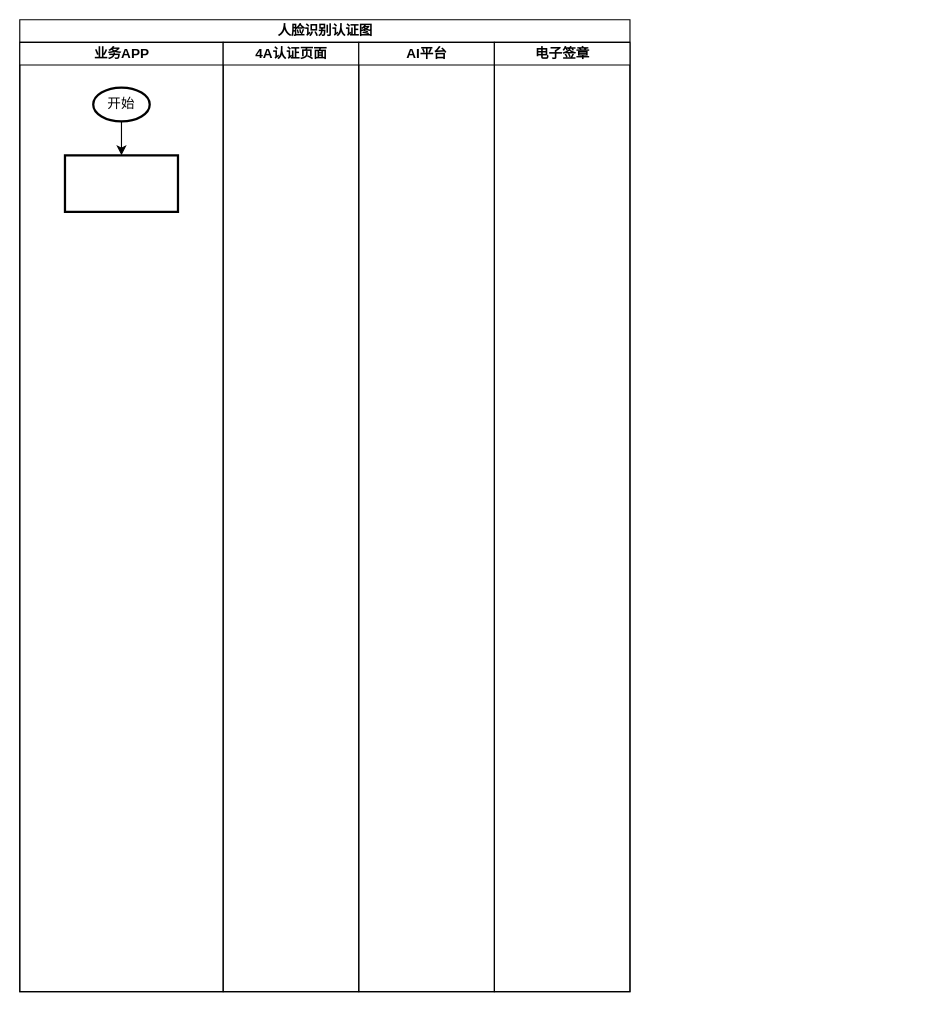
This is 系统功能流程图/人脸识别认证图.drawio from 158698706/tt4a, a draw.io file, before an edit. Source tidied: cells renumbered, new cells numbered last; positions are measured from the earlier drawing's top-left corner, leaving out a move shared by most shapes. Both pictures are drawn from the tidied source at 113%, with x=0, y=0 at pixel (19, 19).
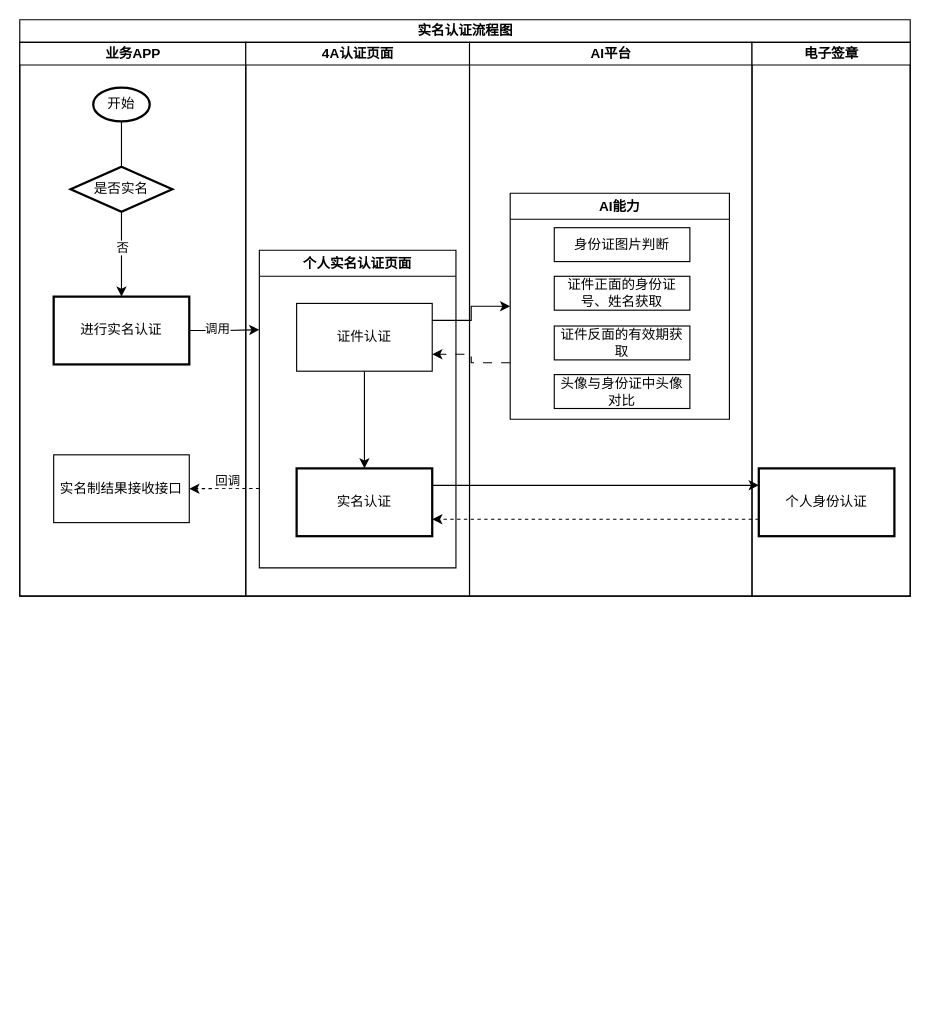
After the change.

Commit message (it also covers changes not shown here):
更新人脸识别认证图.drawio

Unchanged cells that the change refers to:
```xml
<mxCell id="5" value="开始" style="strokeWidth=2;html=1;shape=mxgraph.flowchart.start_1;whiteSpace=wrap;" parent="3" vertex="1">
  <mxGeometry x="65" y="40" width="50" height="30" as="geometry" />
</mxCell>
```

The edit, as a diff of the source:
```diff
@@
-    <mxCell id="2" value="人脸识别认证图" style="swimlane;startSize=20;html=1;" parent="1" vertex="1">
-      <mxGeometry width="540" height="860" as="geometry" />
+    <mxCell id="2" value="实名认证流程图" style="swimlane;startSize=20;html=1;" parent="1" vertex="1">
+      <mxGeometry width="788" height="510" as="geometry" />
     </mxCell>
     <mxCell id="3" value="业务APP" style="swimlane;startSize=20;html=1;" parent="2" vertex="1">
-      <mxGeometry y="20" width="180" height="840" as="geometry" />
+      <mxGeometry y="20" width="200" height="490" as="geometry" />
     </mxCell>
-    <mxCell id="4" style="edgeStyle=orthogonalEdgeStyle;rounded=0;jettySize=auto;html=1;entryX=0.5;entryY=0;entryDx=0;entryDy=0;" parent="3" edge="1" source="5" target="6">
-      <mxGeometry relative="1" as="geometry" />
-    </mxCell>
@@
-    <mxCell id="6" style="whiteSpace=wrap;html=1;strokeWidth=2;" parent="3" vertex="1">
-      <mxGeometry x="40" y="100" width="100" height="50" as="geometry" />
-    </mxCell>
+    <mxCell id="10" style="edgeStyle=orthogonalEdgeStyle;rounded=0;jettySize=auto;html=1;entryX=0.5;entryY=0;entryDx=0;entryDy=0;endArrow=none;" parent="3" edge="1" source="5" target="13">
+      <mxGeometry relative="1" as="geometry" />
+    </mxCell>
+    <mxCell id="11" style="edgeStyle=none;rounded=0;jettySize=auto;html=1;" parent="3" edge="1" source="13" target="14">
+      <mxGeometry relative="1" as="geometry" />
+    </mxCell>
+    <mxCell id="12" value="否" style="edgeLabel;html=1;align=center;verticalAlign=middle;" parent="11" vertex="1">
+      <mxGeometry x="-0.17" relative="1" as="geometry" />
+    </mxCell>
+    <mxCell id="13" value="是否实名" style="strokeWidth=2;html=1;shape=mxgraph.flowchart.decision;whiteSpace=wrap;" parent="3" vertex="1">
+      <mxGeometry x="45" y="110" width="90" height="40" as="geometry" />
+    </mxCell>
+    <mxCell id="14" value="进行实名认证" style="whiteSpace=wrap;html=1;strokeWidth=2;" parent="3" vertex="1">
+      <mxGeometry x="30" y="225" width="120" height="60" as="geometry" />
+    </mxCell>
+    <mxCell id="15" value="实名制结果接收接口" style="rounded=0;whiteSpace=wrap;html=1;" parent="3" vertex="1">
+      <mxGeometry x="30" y="365" width="120" height="60" as="geometry" />
+    </mxCell>
     <mxCell id="7" value="4A认证页面" style="swimlane;startSize=20;html=1;" parent="2" vertex="1">
-      <mxGeometry x="180" y="20" width="120" height="840" as="geometry" />
+      <mxGeometry x="200" y="20" width="198" height="490" as="geometry" />
     </mxCell>
+    <mxCell id="16" value="个人实名认证页面" style="swimlane;" parent="7" vertex="1">
+      <mxGeometry x="12" y="184" width="174" height="281" as="geometry" />
+    </mxCell>
+    <mxCell id="17" style="edgeStyle=none;rounded=0;jettySize=auto;html=1;exitX=0.5;exitY=1;exitDx=0;exitDy=0;entryX=0.5;entryY=0;entryDx=0;entryDy=0;" parent="16" edge="1" source="18" target="19">
+      <mxGeometry relative="1" as="geometry" />
+    </mxCell>
+    <mxCell id="18" value="证件认证" style="whiteSpace=wrap;html=1;" parent="16" vertex="1">
+      <mxGeometry x="33" y="47" width="120" height="60" as="geometry" />
+    </mxCell>
+    <mxCell id="19" value="实名认证" style="whiteSpace=wrap;html=1;strokeWidth=2;" parent="16" vertex="1">
+      <mxGeometry x="33" y="193" width="120" height="60" as="geometry" />
+    </mxCell>
     <mxCell id="8" value="AI平台" style="swimlane;startSize=20;html=1;" parent="2" vertex="1">
-      <mxGeometry x="300" y="20" width="120" height="840" as="geometry" />
+      <mxGeometry x="398" y="20" width="250" height="490" as="geometry" />
     </mxCell>
+    <mxCell id="20" value="AI能力" style="swimlane;" parent="8" vertex="1">
+      <mxGeometry x="36" y="133.5" width="194" height="200" as="geometry" />
+    </mxCell>
+    <mxCell id="21" value="头像与身份证中头像对比" style="whiteSpace=wrap;html=1;" parent="20" vertex="1">
+      <mxGeometry x="39" y="160.5" width="120" height="30" as="geometry" />
+    </mxCell>
+    <mxCell id="22" value="证件反面的有效期获取" style="whiteSpace=wrap;html=1;" parent="20" vertex="1">
+      <mxGeometry x="39" y="117.5" width="120" height="30" as="geometry" />
+    </mxCell>
+    <mxCell id="23" value="身份证图片判断" style="whiteSpace=wrap;html=1;" parent="20" vertex="1">
+      <mxGeometry x="39" y="30.5" width="120" height="30" as="geometry" />
+    </mxCell>
+    <mxCell id="24" value="证件正面的身份证号、姓名获取" style="whiteSpace=wrap;html=1;" parent="20" vertex="1">
+      <mxGeometry x="39" y="73.5" width="120" height="30" as="geometry" />
+    </mxCell>
     <mxCell id="9" value="电子签章" style="swimlane;startSize=20;html=1;" parent="2" vertex="1">
-      <mxGeometry x="420" y="20" width="120" height="840" as="geometry" />
+      <mxGeometry x="648" y="20" width="140" height="490" as="geometry" />
     </mxCell>
+    <mxCell id="25" value="个人身份认证" style="whiteSpace=wrap;html=1;strokeWidth=2;" parent="9" vertex="1">
+      <mxGeometry x="6" y="377" width="120" height="60" as="geometry" />
+    </mxCell>
+    <mxCell id="26" style="edgeStyle=orthogonalEdgeStyle;rounded=0;jettySize=auto;html=1;exitX=1;exitY=0.5;exitDx=0;exitDy=0;entryX=0;entryY=0.25;entryDx=0;entryDy=0;" parent="2" edge="1" source="14" target="16">
+      <mxGeometry relative="1" as="geometry" />
+    </mxCell>
+    <mxCell id="27" value="调用" style="edgeLabel;html=1;align=center;verticalAlign=middle;" parent="26" vertex="1">
+      <mxGeometry x="-0.25" y="2" relative="1" as="geometry" />
+    </mxCell>
+    <mxCell id="28" style="edgeStyle=orthogonalEdgeStyle;rounded=0;jettySize=auto;html=1;entryX=0;entryY=0.5;entryDx=0;entryDy=0;exitX=1;exitY=0.25;exitDx=0;exitDy=0;" parent="2" edge="1" source="18" target="20">
+      <mxGeometry relative="1" as="geometry" />
+    </mxCell>
+    <mxCell id="29" style="edgeStyle=orthogonalEdgeStyle;rounded=0;jettySize=auto;html=1;entryX=1;entryY=0.75;entryDx=0;entryDy=0;dashed=1;dashPattern=8 8;exitX=0;exitY=0.75;exitDx=0;exitDy=0;" parent="2" edge="1" source="20" target="18">
+      <mxGeometry relative="1" as="geometry" />
+    </mxCell>
+    <mxCell id="30" style="edgeStyle=none;rounded=0;jettySize=auto;html=1;exitX=1;exitY=0.25;exitDx=0;exitDy=0;entryX=0;entryY=0.25;entryDx=0;entryDy=0;" parent="2" edge="1" source="19" target="25">
+      <mxGeometry relative="1" as="geometry" />
+    </mxCell>
+    <mxCell id="31" style="edgeStyle=none;rounded=0;jettySize=auto;html=1;exitX=0;exitY=0.75;exitDx=0;exitDy=0;entryX=1;entryY=0.75;entryDx=0;entryDy=0;dashed=1;" parent="2" edge="1" source="25" target="19">
+      <mxGeometry relative="1" as="geometry" />
+    </mxCell>
+    <mxCell id="32" style="edgeStyle=orthogonalEdgeStyle;rounded=0;jettySize=auto;html=1;entryX=1;entryY=0.5;entryDx=0;entryDy=0;dashed=1;exitX=0;exitY=0.75;exitDx=0;exitDy=0;" parent="2" edge="1" source="16" target="15">
+      <mxGeometry relative="1" as="geometry" />
+    </mxCell>
+    <mxCell id="33" value="回调" style="edgeLabel;html=1;align=center;verticalAlign=middle;" parent="32" vertex="1">
+      <mxGeometry x="0.28" relative="1" as="geometry">
+        <mxPoint x="11" y="-8" as="offset" />
+      </mxGeometry>
+    </mxCell>
```
